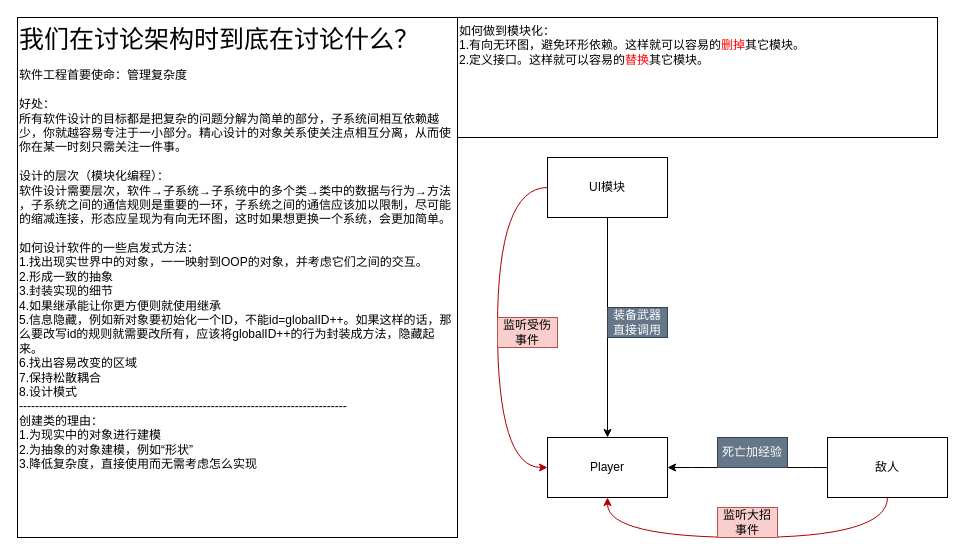
Before: page "总结" (9 of 9) of StartFramework.drawio in sass00n1/StartFramework, a draw.io diagram. Source tidied: cells renumbered, new cells numbered last; positions are measured from the earlier drawing's top-left corner, leaving out a move shared by most shapes. Both pictures are drawn from the tidied source at 100%, with x=0, y=0 at pixel (17, 17).
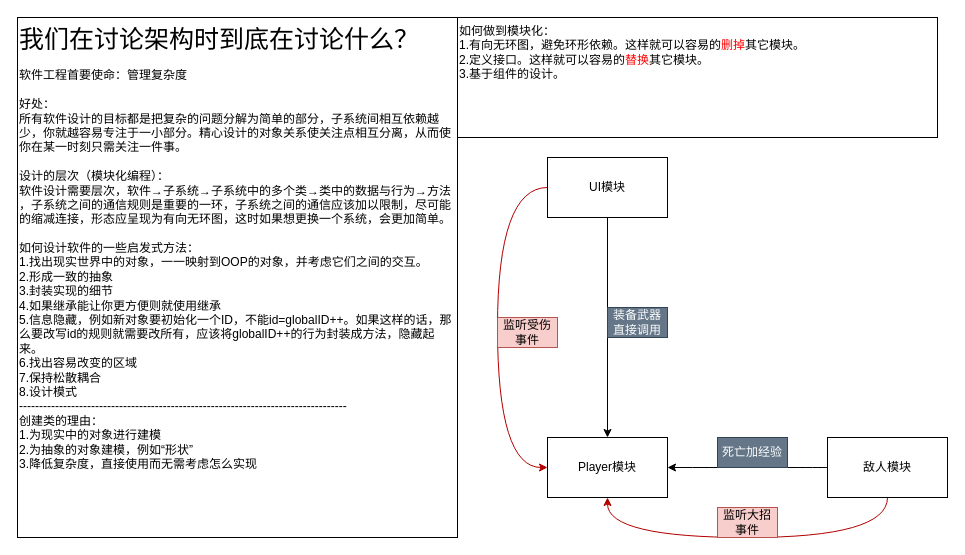
The same diagram, later.

The edit, as a diff of the source:
```diff
@@
 <mxGraphModel>
   <root>
     <mxCell id="0" />
     <mxCell id="1" parent="0" />
     <mxCell id="2" style="edgeStyle=orthogonalEdgeStyle;rounded=0;jettySize=auto;html=1;exitX=0.5;exitY=1;exitDx=0;exitDy=0;" parent="1" edge="1" source="4" target="5">
       <mxGeometry relative="1" as="geometry" />
     </mxCell>
     <mxCell id="3" style="edgeStyle=orthogonalEdgeStyle;curved=1;jettySize=auto;html=1;exitX=0;exitY=0.5;exitDx=0;exitDy=0;entryX=0;entryY=0.5;entryDx=0;entryDy=0;fillColor=#e51400;strokeColor=#B20000;" parent="1" edge="1" source="4" target="5">
       <mxGeometry relative="1" as="geometry">
         <Array as="points">
           <mxPoint x="480" y="170" />
           <mxPoint x="480" y="450" />
         </Array>
       </mxGeometry>
     </mxCell>
     <mxCell id="4" value="UI模块" style="rounded=0;whiteSpace=wrap;html=1;" parent="1" vertex="1">
       <mxGeometry x="530" y="140" width="120" height="60" as="geometry" />
     </mxCell>
-    <mxCell id="5" value="Player" style="rounded=0;whiteSpace=wrap;html=1;" parent="1" vertex="1">
+    <mxCell id="5" value="Player模块" style="rounded=0;whiteSpace=wrap;html=1;" parent="1" vertex="1">
       <mxGeometry x="530" y="420" width="120" height="60" as="geometry" />
     </mxCell>
     <mxCell id="6" value="&lt;div style=&quot;font-size: 25px;&quot; align=&quot;left&quot;&gt;&lt;font style=&quot;font-size: 25px;&quot;&gt;我们在讨论架构时到底在讨论什么？&lt;/font&gt;&lt;/div&gt;&lt;div align=&quot;left&quot;&gt;&lt;br&gt;&lt;/div&gt;&lt;div align=&quot;left&quot;&gt;软件工程首要使命：管理复杂度&lt;br&gt;&lt;/div&gt;&lt;div&gt;&lt;br&gt;&lt;/div&gt;&lt;div&gt;好处：&lt;br&gt;&lt;/div&gt;&lt;div&gt;所有软件设计的目标都是把复杂的问题分解为简单的部分，子系统间相互依赖越少，你就越容易专注于一小部分。精心设计的对象关系使关注点相互分离，从而使你在某一时刻只需关注一件事。&lt;/div&gt;&lt;div&gt;&lt;br&gt;&lt;/div&gt;&lt;div&gt;设计的层次（模块化编程）：&lt;/div&gt;&lt;div&gt;软件设计需要层次，软件→子系统→子系统中的多个类→类中的数据与行为→方法&lt;br&gt;&lt;/div&gt;&lt;div&gt;，子系统之间的通信规则是重要的一环，子系统之间的通信应该加以限制，尽可能的缩减连接，形态应呈现为有向无环图，这时如果想更换一个系统，会更加简单。&lt;/div&gt;&lt;div&gt;&lt;br&gt;&lt;/div&gt;&lt;div&gt;如何设计软件的一些启发式方法：&lt;/div&gt;&lt;div&gt;1.找出现实世界中的对象，一一映射到OOP的对象，并考虑它们之间的交互。&lt;/div&gt;&lt;div&gt;2.形成一致的抽象&lt;/div&gt;&lt;div&gt;3.封装实现的细节&lt;/div&gt;&lt;div&gt;4.如果继承能让你更方便则就使用继承&lt;/div&gt;&lt;div&gt;5.信息隐藏，例如新对象要初始化一个ID，不能id=globalID++。如果这样的话，那么要改写id的规则就需要改所有，应该将globalID++的行为封装成方法，隐藏起来。&lt;/div&gt;&lt;div&gt;6.找出容易改变的区域&lt;/div&gt;&lt;div&gt;7.保持松散耦合&lt;/div&gt;&lt;div&gt;8.设计模式&lt;/div&gt;&lt;div&gt;----------------------------------------------------------------------------------&lt;/div&gt;&lt;div&gt;创建类的理由：&lt;/div&gt;&lt;div&gt;1.为现实中的对象进行建模&lt;/div&gt;&lt;div&gt;2.为抽象的对象建模，例如“形状”&lt;/div&gt;&lt;div&gt;3.降低复杂度，直接使用而无需考虑怎么实现&lt;br&gt;&lt;/div&gt;" style="rounded=0;whiteSpace=wrap;html=1;align=left;verticalAlign=top;" parent="1" vertex="1">
       <mxGeometry width="440" height="520" as="geometry" />
     </mxCell>
     <mxCell id="7" value="监听受伤事件" style="text;html=1;strokeColor=#b85450;fillColor=#f8cecc;align=center;verticalAlign=middle;whiteSpace=wrap;rounded=0;" parent="1" vertex="1">
       <mxGeometry x="480" y="300" width="60" height="30" as="geometry" />
     </mxCell>
     <mxCell id="8" value="装备武器直接调用" style="text;html=1;strokeColor=#314354;fillColor=#647687;align=center;verticalAlign=middle;whiteSpace=wrap;rounded=0;fontColor=#ffffff;" parent="1" vertex="1">
       <mxGeometry x="590" y="290" width="60" height="30" as="geometry" />
     </mxCell>
     <mxCell id="9" style="edgeStyle=orthogonalEdgeStyle;curved=1;jettySize=auto;html=1;exitX=0;exitY=0.5;exitDx=0;exitDy=0;" parent="1" edge="1" source="11" target="5">
       <mxGeometry relative="1" as="geometry" />
     </mxCell>
     <mxCell id="10" style="edgeStyle=orthogonalEdgeStyle;curved=1;jettySize=auto;html=1;exitX=0.5;exitY=1;exitDx=0;exitDy=0;entryX=0.5;entryY=1;entryDx=0;entryDy=0;fillColor=#e51400;strokeColor=#B20000;" parent="1" edge="1" source="11" target="5">
       <mxGeometry relative="1" as="geometry">
         <Array as="points">
           <mxPoint x="870" y="520" />
           <mxPoint x="590" y="520" />
         </Array>
       </mxGeometry>
     </mxCell>
-    <mxCell id="11" value="敌人" style="rounded=0;whiteSpace=wrap;html=1;" parent="1" vertex="1">
+    <mxCell id="11" value="敌人模块" style="rounded=0;whiteSpace=wrap;html=1;" parent="1" vertex="1">
       <mxGeometry x="810" y="420" width="120" height="60" as="geometry" />
     </mxCell>
     <mxCell id="12" value="死亡加经验" style="text;html=1;strokeColor=#314354;fillColor=#647687;align=center;verticalAlign=middle;whiteSpace=wrap;rounded=0;fontColor=#ffffff;" parent="1" vertex="1">
       <mxGeometry x="700" y="420" width="70" height="30" as="geometry" />
     </mxCell>
     <mxCell id="13" value="监听大招事件" style="text;html=1;strokeColor=#b85450;fillColor=#f8cecc;align=center;verticalAlign=middle;whiteSpace=wrap;rounded=0;" parent="1" vertex="1">
       <mxGeometry x="700" y="490" width="60" height="30" as="geometry" />
     </mxCell>
-    <mxCell id="14" value="&lt;div&gt;如何做到模块化：&lt;br&gt;&lt;/div&gt;&lt;div&gt;1.有向无环图，避免环形依赖。这样就可以容易的&lt;font color=&quot;#FF0000&quot;&gt;删掉&lt;/font&gt;其它模块。&lt;/div&gt;&lt;div&gt;2.定义接口。这样就可以容易的&lt;font color=&quot;#FF0000&quot;&gt;替换&lt;/font&gt;其它模块。&lt;/div&gt;&lt;div&gt;&lt;br&gt;&lt;/div&gt;" style="rounded=0;whiteSpace=wrap;html=1;align=left;verticalAlign=top;" parent="1" vertex="1">
+    <mxCell id="14" value="&lt;div&gt;如何做到模块化：&lt;br&gt;&lt;/div&gt;&lt;div&gt;1.有向无环图，避免环形依赖。这样就可以容易的&lt;font color=&quot;#FF0000&quot;&gt;删掉&lt;/font&gt;其它模块。&lt;/div&gt;&lt;div&gt;2.定义接口。这样就可以容易的&lt;font color=&quot;#FF0000&quot;&gt;替换&lt;/font&gt;其它模块。&lt;/div&gt;&lt;div&gt;3.基于组件的设计。&lt;br&gt;&lt;/div&gt;&lt;div&gt;&lt;br&gt;&lt;/div&gt;" style="rounded=0;whiteSpace=wrap;html=1;align=left;verticalAlign=top;" parent="1" vertex="1">
       <mxGeometry x="440" width="480" height="120" as="geometry" />
     </mxCell>
   </root>
 </mxGraphModel>
```
